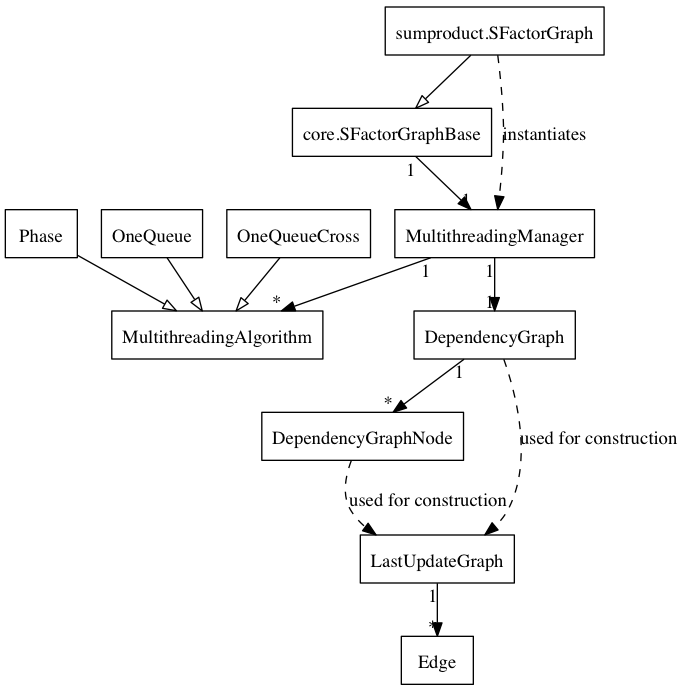
Before: doc/DimpleDeveloperDocumentation/images/multithreading_classes.png, a diagram exported from Graphviz (analog-garage/dimple). Its source is kept beside it as doc/DimpleDeveloperDocumentation/multithreading_classes.dot.
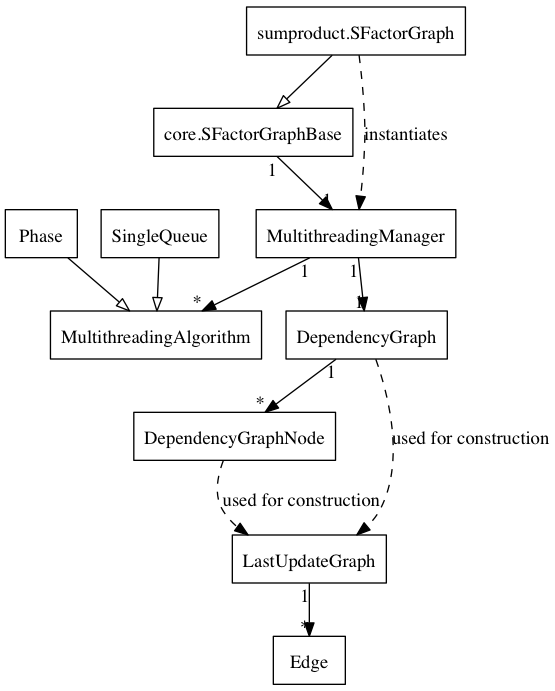
After the commit.

The edit, as a diff of the source:
```diff
@@ -43,22 +43,15 @@
 	[
 		arrowhead="empty"
 	]
-	OneQueue
+	SingleQueue
 	[
 		shape="record"
 	]
-	OneQueue -> MultithreadingAlgorithm
+	SingleQueue -> MultithreadingAlgorithm
 	[
 		arrowhead="empty"
 	]
-	OneQueueCross
-	[
-		shape="record"
-	]
-	OneQueueCross -> MultithreadingAlgorithm
-	[
-		arrowhead="empty"
-	]
+
 	DependencyGraph
 	[
 		shape="record"
```
